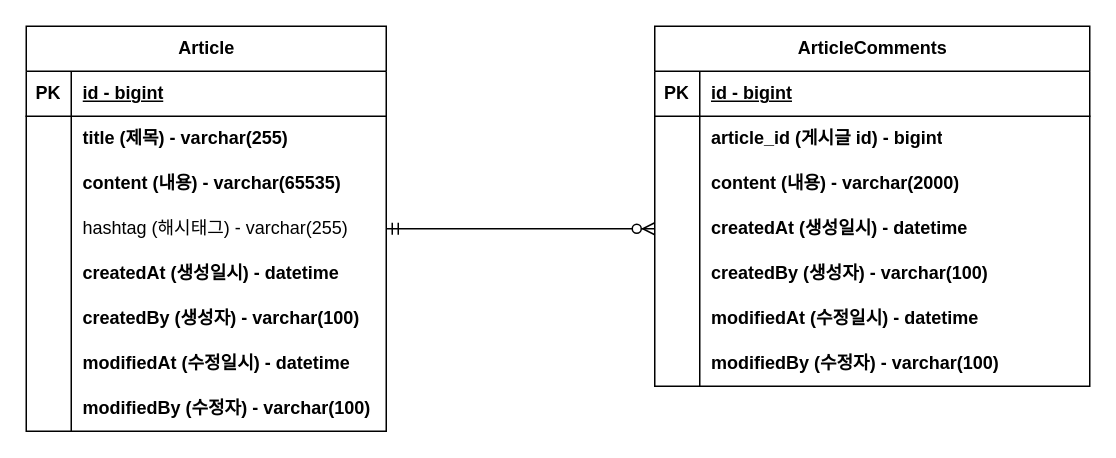
Earlier version of the draw.io diagram document/제목 없는 다이어그램.drawio (Aroma1234/practice-project-board). Source tidied: cells renumbered, new cells numbered last; positions are measured from the earlier drawing's top-left corner, leaving out a move shared by most shapes. Both pictures are drawn from the tidied source at 150%, with x=0, y=0 at pixel (26, 26).
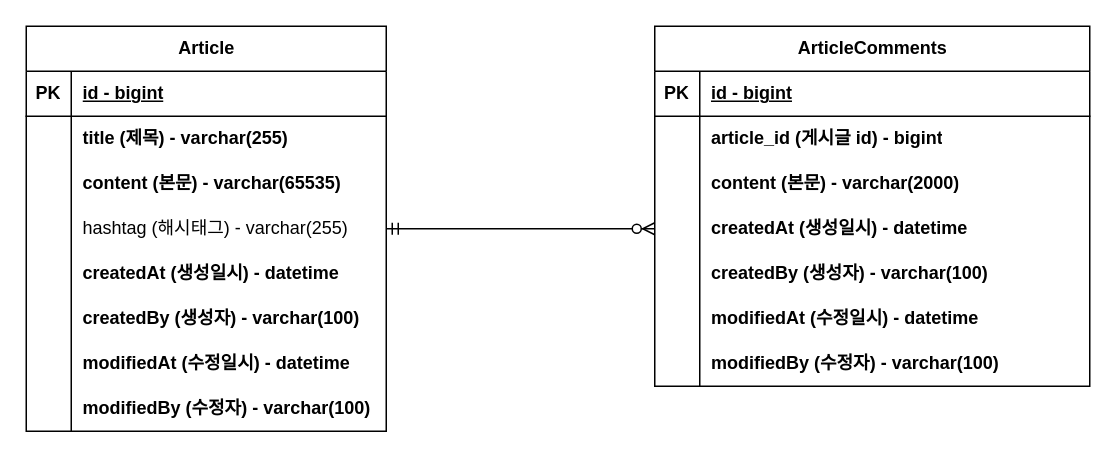
The same page after the edit.

The change refers to these unchanged cells:
```xml
<mxCell id="9" style="shape=tableRow;horizontal=0;startSize=0;swimlaneHead=0;swimlaneBody=0;fillColor=none;top=0;left=0;right=0;bottom=0;" parent="2" vertex="1">
  <mxGeometry y="90" width="240" height="30" as="geometry" />
</mxCell>
<mxCell id="34" style="shape=tableRow;horizontal=0;startSize=0;swimlaneHead=0;swimlaneBody=0;fillColor=none;top=0;left=0;right=0;bottom=0;" parent="27" vertex="1">
  <mxGeometry y="90" width="290" height="30" as="geometry" />
</mxCell>
```

The edit, as a diff of the source:
```diff
@@
-    <mxCell id="11" value="content (내용) - varchar(65535)" style="shape=partialRectangle;fillColor=none;top=0;left=0;bottom=0;right=0;align=left;spacingLeft=6;overflow=hidden;whiteSpace=wrap;html=1;fontStyle=1;" parent="9" vertex="1">
+    <mxCell id="11" value="content (본문) - varchar(65535)" style="shape=partialRectangle;fillColor=none;top=0;left=0;bottom=0;right=0;align=left;spacingLeft=6;overflow=hidden;whiteSpace=wrap;html=1;fontStyle=1;" parent="9" vertex="1">
       <mxGeometry x="30" width="210" height="30" as="geometry" />
     </mxCell>
@@
-    <mxCell id="36" value="content (내용) - varchar(2000)" style="shape=partialRectangle;fillColor=none;top=0;left=0;bottom=0;right=0;align=left;spacingLeft=6;overflow=hidden;whiteSpace=wrap;html=1;fontStyle=1;" parent="34" vertex="1">
+    <mxCell id="36" value="content (본문) - varchar(2000)" style="shape=partialRectangle;fillColor=none;top=0;left=0;bottom=0;right=0;align=left;spacingLeft=6;overflow=hidden;whiteSpace=wrap;html=1;fontStyle=1;" parent="34" vertex="1">
       <mxGeometry x="30" width="260" height="30" as="geometry" />
     </mxCell>
```
